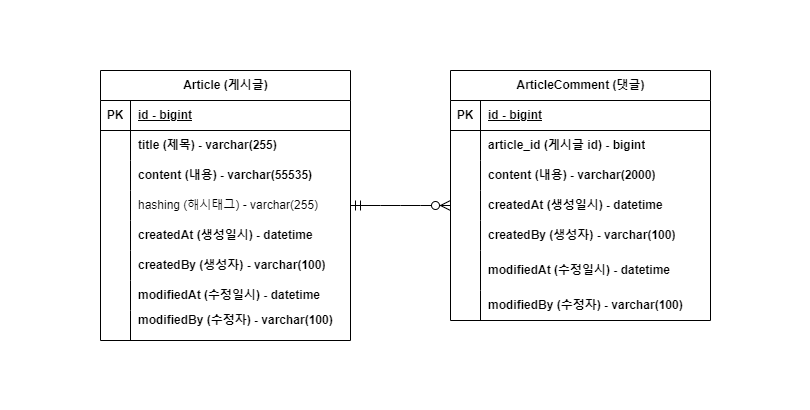
Above: project-board-erd.png in jm1030/board-project (draw.io), before the change. Source tidied: cells renumbered, new cells last; positions are measured from the earlier drawing's top-left corner, leaving out a move shared by most shapes.
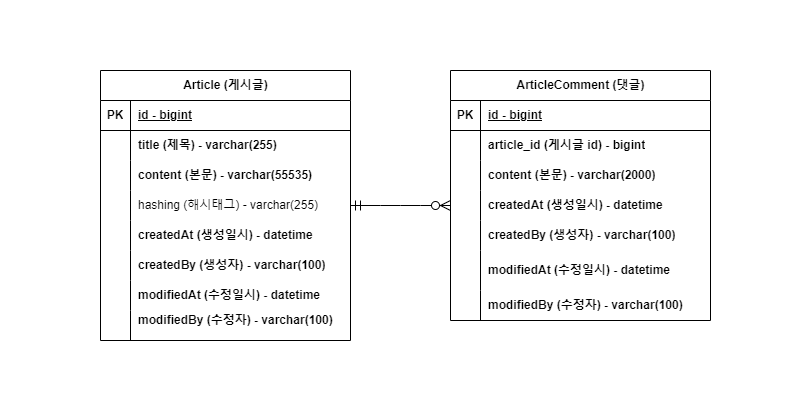
Above is the later version.

Change to the diagram source:
```diff
@@ -29,7 +29,7 @@
     <mxCell id="10" style="shape=partialRectangle;fillColor=none;top=0;left=0;bottom=0;right=0;overflow=hidden;whiteSpace=wrap;html=1;" parent="9" vertex="1">
       <mxGeometry width="30" height="30" as="geometry" />
     </mxCell>
-    <mxCell id="11" value="content (내용) - varchar(55535)" style="shape=partialRectangle;fillColor=none;top=0;left=0;bottom=0;right=0;align=left;spacingLeft=6;overflow=hidden;whiteSpace=wrap;html=1;fontStyle=1;" parent="9" vertex="1">
+    <mxCell id="11" value="content (본문) - varchar(55535)" style="shape=partialRectangle;fillColor=none;top=0;left=0;bottom=0;right=0;align=left;spacingLeft=6;overflow=hidden;whiteSpace=wrap;html=1;fontStyle=1;" parent="9" vertex="1">
       <mxGeometry x="30" width="220" height="30" as="geometry" />
     </mxCell>
     <mxCell id="12" style="shape=tableRow;horizontal=0;startSize=0;swimlaneHead=0;swimlaneBody=0;fillColor=none;points=[[0,0.5],[1,0.5]];portConstraint=eastwest;top=0;left=0;right=0;bottom=0;" parent="2" vertex="1">
@@ -104,7 +104,7 @@
     <mxCell id="35" style="shape=partialRectangle;fillColor=none;top=0;left=0;bottom=0;right=0;overflow=hidden;whiteSpace=wrap;html=1;" parent="34" vertex="1">
       <mxGeometry width="30" height="30" as="geometry" />
     </mxCell>
-    <mxCell id="36" value="content (내용) - varchar(2000)" style="shape=partialRectangle;fillColor=none;top=0;left=0;bottom=0;right=0;align=left;spacingLeft=6;overflow=hidden;whiteSpace=wrap;html=1;fontStyle=1;" parent="34" vertex="1">
+    <mxCell id="36" value="content (본문) - varchar(2000)" style="shape=partialRectangle;fillColor=none;top=0;left=0;bottom=0;right=0;align=left;spacingLeft=6;overflow=hidden;whiteSpace=wrap;html=1;fontStyle=1;" parent="34" vertex="1">
       <mxGeometry x="30" width="230" height="30" as="geometry" />
     </mxCell>
     <mxCell id="37" style="shape=tableRow;horizontal=0;startSize=0;swimlaneHead=0;swimlaneBody=0;fillColor=none;points=[[0,0.5],[1,0.5]];portConstraint=eastwest;top=0;left=0;right=0;bottom=0;" parent="27" vertex="1">
```
